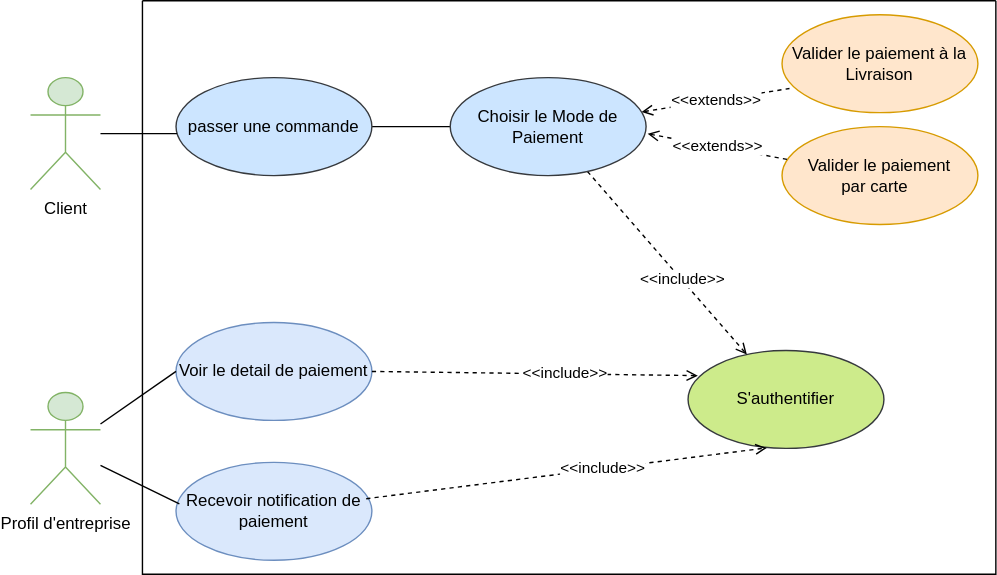
Earlier version of the draw.io export useCase_payment.drawio.svg (amine-elarass49/angular_doc). Source tidied: cells renumbered, new cells last; positions are measured from the earlier drawing's top-left corner, leaving out a move shared by most shapes.
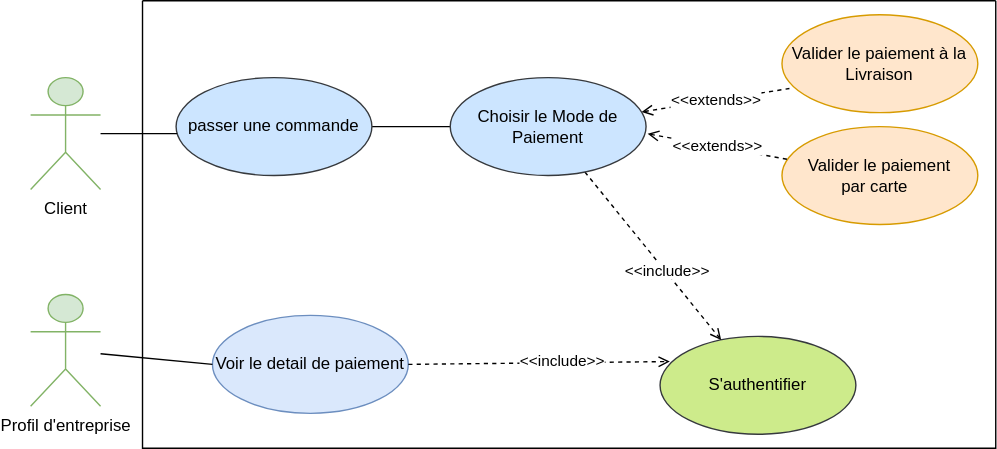
Above is the later version.

What changed in the source:
```diff
@@ -3,10 +3,10 @@
     <mxCell id="0" />
     <mxCell id="1" parent="0" />
     <mxCell id="2" style="swimlane;startSize=0;" parent="1" vertex="1">
-      <mxGeometry x="80" width="610" height="410" as="geometry" />
+      <mxGeometry x="80" width="610" height="320" as="geometry" />
     </mxCell>
     <mxCell id="3" value="S'authentifier" style="ellipse;whiteSpace=wrap;html=1;fillColor=#cdeb8b;strokeColor=#36393d;" parent="2" vertex="1">
-      <mxGeometry x="390" y="250" width="140" height="70" as="geometry" />
+      <mxGeometry x="370" y="240" width="140" height="70" as="geometry" />
     </mxCell>
     <mxCell id="4" value="Valider le paiement à la Livraison" style="ellipse;whiteSpace=wrap;html=1;fillColor=#ffe6cc;strokeColor=#d79b00;" parent="2" vertex="1">
       <mxGeometry x="457.2" y="10" width="140" height="70" as="geometry" />
@@ -35,9 +35,6 @@
     <mxCell id="12" value="Choisir le Mode de Paiement" style="ellipse;whiteSpace=wrap;html=1;fillColor=#cce5ff;strokeColor=#36393d;" parent="2" vertex="1">
       <mxGeometry x="220" y="55" width="140" height="70" as="geometry" />
     </mxCell>
-    <mxCell id="13" value="Profil d'entreprise" style="shape=umlActor;verticalLabelPosition=bottom;verticalAlign=top;html=1;outlineConnect=0;fillColor=#d5e8d4;strokeColor=#82b366;" parent="2" vertex="1">
-      <mxGeometry x="-80" y="280" width="50" height="80" as="geometry" />
-    </mxCell>
     <mxCell id="14" style="edgeStyle=orthogonalEdgeStyle;rounded=0;jettySize=auto;html=1;endArrow=none;endFill=0;" parent="2" edge="1" source="15" target="9">
       <mxGeometry relative="1" as="geometry">
         <Array as="points">
@@ -50,28 +47,19 @@
       <mxGeometry x="-80" y="55" width="50" height="80" as="geometry" />
     </mxCell>
     <mxCell id="16" value="Voir le detail de paiement" style="ellipse;whiteSpace=wrap;html=1;fillColor=#dae8fc;strokeColor=#6c8ebf;" parent="2" vertex="1">
-      <mxGeometry x="24" y="230" width="140" height="70" as="geometry" />
+      <mxGeometry x="50" y="225" width="140" height="70" as="geometry" />
     </mxCell>
-    <mxCell id="17" value="Recevoir notification de paiement" style="ellipse;whiteSpace=wrap;html=1;fillColor=#dae8fc;strokeColor=#6c8ebf;" parent="2" vertex="1">
-      <mxGeometry x="24" y="330" width="140" height="70" as="geometry" />
-    </mxCell>
-    <mxCell id="18" style="rounded=0;jettySize=auto;html=1;endArrow=none;endFill=0;entryX=0;entryY=0.5;entryDx=0;entryDy=0;" parent="2" edge="1" source="13" target="16">
-      <mxGeometry relative="1" as="geometry" />
-    </mxCell>
-    <mxCell id="19" style="rounded=0;jettySize=auto;html=1;endArrow=none;endFill=0;entryX=0.017;entryY=0.424;entryDx=0;entryDy=0;entryPerimeter=0;" parent="2" edge="1" source="13" target="17">
-      <mxGeometry relative="1" as="geometry" />
-    </mxCell>
     <mxCell id="20" style="rounded=0;jettySize=auto;html=1;dashed=1;exitX=1;exitY=0.5;exitDx=0;exitDy=0;endArrow=open;endFill=0;entryX=0.05;entryY=0.257;entryDx=0;entryDy=0;entryPerimeter=0;" parent="2" edge="1" source="16" target="3">
       <mxGeometry relative="1" as="geometry" />
     </mxCell>
     <mxCell id="21" value="&amp;lt;&amp;lt;include&amp;gt;&amp;gt;" style="edgeLabel;html=1;align=center;verticalAlign=middle;" parent="20" vertex="1">
       <mxGeometry x="0.18" y="1" relative="1" as="geometry" />
     </mxCell>
-    <mxCell id="22" style="rounded=0;jettySize=auto;html=1;dashed=1;exitX=0.971;exitY=0.371;exitDx=0;exitDy=0;exitPerimeter=0;endArrow=open;endFill=0;entryX=0.402;entryY=0.995;entryDx=0;entryDy=0;entryPerimeter=0;" parent="2" edge="1" source="17" target="3">
-      <mxGeometry relative="1" as="geometry" />
-    </mxCell>
-    <mxCell id="23" value="&amp;lt;&amp;lt;include&amp;gt;&amp;gt;" style="edgeLabel;html=1;align=center;verticalAlign=middle;" parent="22" vertex="1">
-      <mxGeometry x="0.18" y="1" relative="1" as="geometry" />
-    </mxCell>
+    <mxCell id="13" value="Profil d'entreprise" style="shape=umlActor;verticalLabelPosition=bottom;verticalAlign=top;html=1;outlineConnect=0;fillColor=#d5e8d4;strokeColor=#82b366;" parent="1" vertex="1">
+      <mxGeometry y="210" width="50" height="80" as="geometry" />
+    </mxCell>
+    <mxCell id="18" style="rounded=0;jettySize=auto;html=1;endArrow=none;endFill=0;entryX=0;entryY=0.5;entryDx=0;entryDy=0;" parent="1" edge="1" source="13" target="16">
+      <mxGeometry relative="1" as="geometry" />
+    </mxCell>
   </root>
 </mxGraphModel>
```
